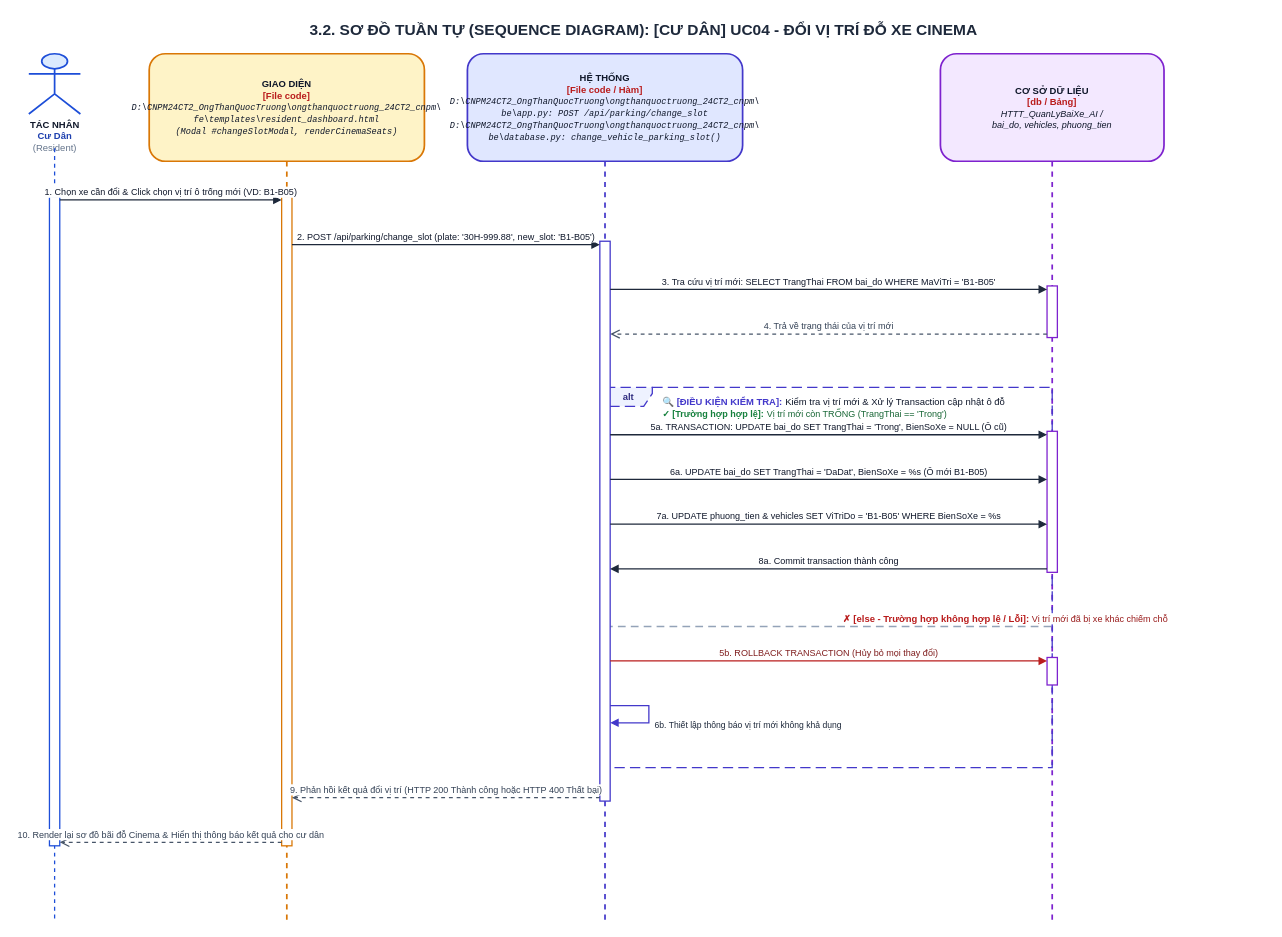
This is ongthanquoctruong_24CT2_cnpm/docs/drawio/uc04_resident_change_slot.drawio from Truong027/CNPM24, a draw.io file, before an edit. Source tidied: cells renumbered, new cells numbered last; positions are measured from the earlier drawing's top-left corner, leaving out a move shared by most shapes. Both pictures are drawn from the tidied source at 86%, with x=0, y=0 at pixel (20, 15).
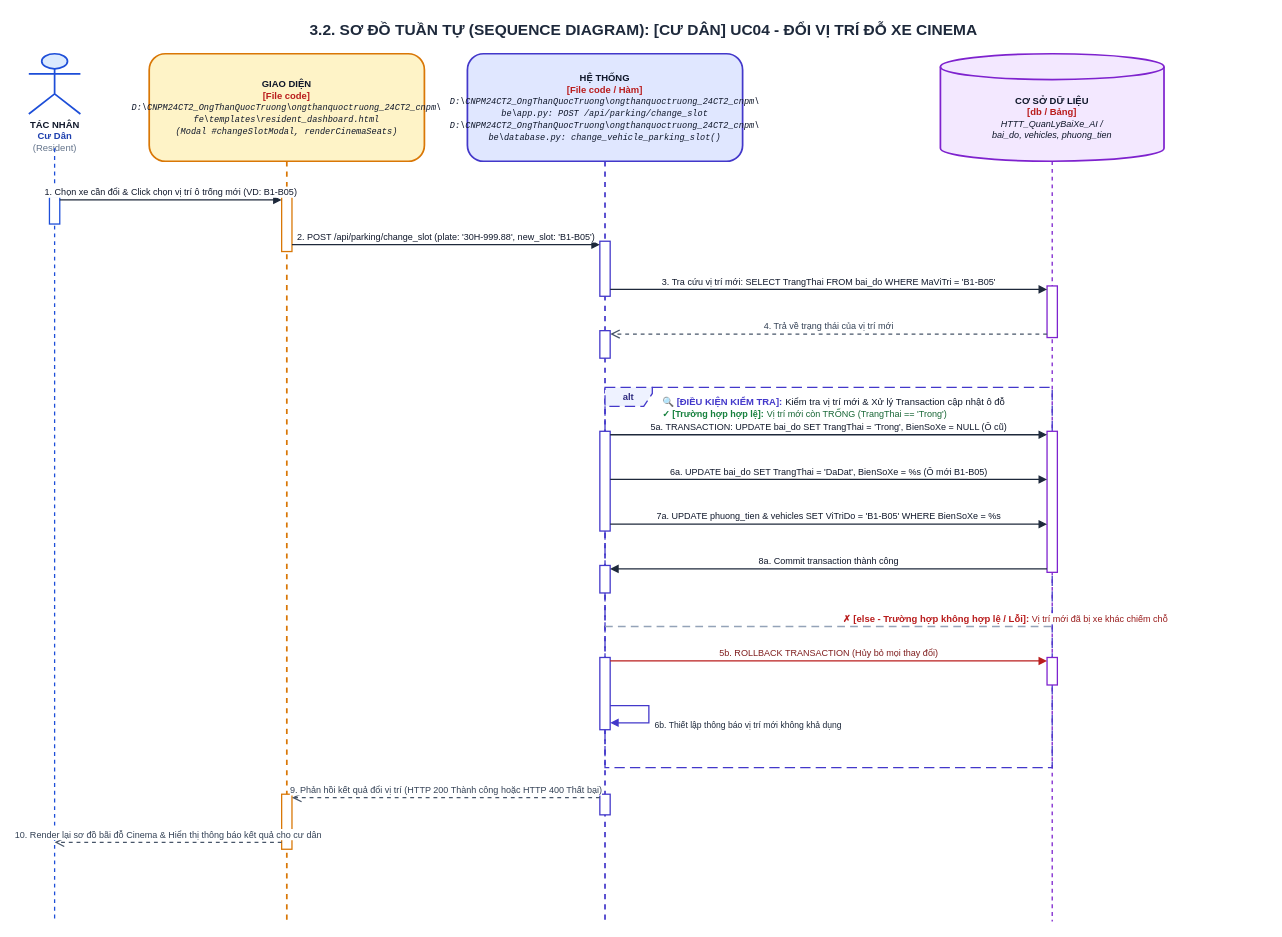
The same page after the edit.

Change to the diagram source:
```diff
@@
+    <mxCell id="29" value="&lt;b&gt;CƠ SỞ DỮ LIỆU&lt;/b&gt;&lt;br/&gt;&lt;font color='#B91C1C'&gt;&lt;b&gt;[db / Bảng]&lt;/b&gt;&lt;/font&gt;&lt;br/&gt;&lt;font style='font-size: 10.5px;'&gt;&lt;i&gt;HTTT_QuanLyBaiXe_AI /&lt;br/&gt;bai_do, vehicles, phuong_tien&lt;/i&gt;&lt;/font&gt;" style="shape=cylinder3;whiteSpace=wrap;html=1;boundedLbl=1;backgroundOutline=1;size=15;fillColor=#F3E8FF;strokeColor=#7E22CE;strokeWidth=2;fontColor=#0F172A;align=center;fontSize=11;" parent="1" vertex="1">
+      <mxGeometry x="1070" y="45" width="260" height="125" as="geometry" />
+    </mxCell>
-    <mxCell id="7" value="&lt;b&gt;CƠ SỞ DỮ LIỆU&lt;/b&gt;&lt;br/&gt;&lt;font color='#B91C1C'&gt;&lt;b&gt;[db / Bảng]&lt;/b&gt;&lt;/font&gt;&lt;br/&gt;&lt;font style='font-size: 10.5px;'&gt;&lt;i&gt;HTTT_QuanLyBaiXe_AI /&lt;br/&gt;bai_do, vehicles, phuong_tien&lt;/i&gt;&lt;/font&gt;" style="shape=umlLifeline;perimeter=lifelinePerimeter;whiteSpace=wrap;html=1;size=125;fillColor=#F3E8FF;strokeColor=#7E22CE;strokeWidth=2;fontColor=#0F172A;rounded=1;shadow=0;fontSize=11;align=center;" parent="1" vertex="1">
-      <mxGeometry x="1070" y="45" width="260" height="1009" as="geometry" />
+    <mxCell id="7" style="endArrow=none;dashed=1;html=1;strokeWidth=1.5;strokeColor=#7E22CE;" parent="1" edge="1">
+      <mxGeometry relative="1" as="geometry">
+        <mxPoint x="1200" y="170" as="sourcePoint" />
+        <mxPoint x="1200" y="1054" as="targetPoint" />
+      </mxGeometry>
     </mxCell>
@@
-    <mxCell id="11" style="html=1;perimeter=orthogonalPerimeter;targetShapes=umlLifeline;topToBottom=1;fillColor=#FFFFFF;strokeColor=#1D4ED8;strokeWidth=1.5;rounded=0;" parent="1" vertex="1">
-      <mxGeometry x="34" y="211" width="12" height="755" as="geometry" />
-    </mxCell>
-    <mxCell id="12" style="html=1;perimeter=orthogonalPerimeter;targetShapes=umlLifeline;topToBottom=1;fillColor=#FFFFFF;strokeColor=#D97706;strokeWidth=1.5;rounded=0;" parent="1" vertex="1">
-      <mxGeometry x="304" y="211" width="12" height="755" as="geometry" />
-    </mxCell>
-    <mxCell id="13" style="html=1;perimeter=orthogonalPerimeter;targetShapes=umlLifeline;topToBottom=1;fillColor=#FFFFFF;strokeColor=#4338CA;strokeWidth=1.5;rounded=0;" parent="1" vertex="1">
-      <mxGeometry x="674" y="263" width="12" height="651" as="geometry" />
-    </mxCell>
+    <mxCell id="30" style="html=1;perimeter=orthogonalPerimeter;targetShapes=umlLifeline;topToBottom=1;fillColor=#FFFFFF;strokeColor=#1D4ED8;strokeWidth=1.5;rounded=0;" parent="1" vertex="1">
+      <mxGeometry x="34" y="211" width="12" height="32" as="geometry" />
+    </mxCell>
+    <mxCell id="31" style="html=1;perimeter=orthogonalPerimeter;targetShapes=umlLifeline;topToBottom=1;fillColor=#FFFFFF;strokeColor=#D97706;strokeWidth=1.5;rounded=0;" parent="1" vertex="1">
+      <mxGeometry x="304" y="211" width="12" height="64" as="geometry" />
+    </mxCell>
+    <mxCell id="32" style="html=1;perimeter=orthogonalPerimeter;targetShapes=umlLifeline;topToBottom=1;fillColor=#FFFFFF;strokeColor=#D97706;strokeWidth=1.5;rounded=0;" parent="1" vertex="1">
+      <mxGeometry x="304" y="906" width="12" height="64" as="geometry" />
+    </mxCell>
+    <mxCell id="33" style="html=1;perimeter=orthogonalPerimeter;targetShapes=umlLifeline;topToBottom=1;fillColor=#FFFFFF;strokeColor=#4338CA;strokeWidth=1.5;rounded=0;" parent="1" vertex="1">
+      <mxGeometry x="674" y="263" width="12" height="64" as="geometry" />
+    </mxCell>
+    <mxCell id="34" style="html=1;perimeter=orthogonalPerimeter;targetShapes=umlLifeline;topToBottom=1;fillColor=#FFFFFF;strokeColor=#4338CA;strokeWidth=1.5;rounded=0;" parent="1" vertex="1">
+      <mxGeometry x="674" y="367" width="12" height="32" as="geometry" />
+    </mxCell>
+    <mxCell id="35" style="html=1;perimeter=orthogonalPerimeter;targetShapes=umlLifeline;topToBottom=1;fillColor=#FFFFFF;strokeColor=#4338CA;strokeWidth=1.5;rounded=0;" parent="1" vertex="1">
+      <mxGeometry x="674" y="484" width="12" height="116" as="geometry" />
+    </mxCell>
+    <mxCell id="36" style="html=1;perimeter=orthogonalPerimeter;targetShapes=umlLifeline;topToBottom=1;fillColor=#FFFFFF;strokeColor=#4338CA;strokeWidth=1.5;rounded=0;" parent="1" vertex="1">
+      <mxGeometry x="674" y="640" width="12" height="32" as="geometry" />
+    </mxCell>
+    <mxCell id="37" style="html=1;perimeter=orthogonalPerimeter;targetShapes=umlLifeline;topToBottom=1;fillColor=#FFFFFF;strokeColor=#4338CA;strokeWidth=1.5;rounded=0;" parent="1" vertex="1">
+      <mxGeometry x="674" y="747" width="12" height="84" as="geometry" />
+    </mxCell>
+    <mxCell id="38" style="html=1;perimeter=orthogonalPerimeter;targetShapes=umlLifeline;topToBottom=1;fillColor=#FFFFFF;strokeColor=#4338CA;strokeWidth=1.5;rounded=0;" parent="1" vertex="1">
+      <mxGeometry x="674" y="906" width="12" height="24" as="geometry" />
+    </mxCell>
@@
     <mxCell id="28" value="10. Render lại sơ đồ bãi đỗ Cinema &amp; Hiển thị thông báo kết quả cho cư dân" style="html=1;verticalAlign=bottom;endArrow=open;dashed=1;endSize=8;rounded=0;strokeColor=#475569;strokeWidth=1.5;fontColor=#334155;fontSize=10.5;" parent="1" edge="1">
       <mxGeometry relative="1" as="geometry">
         <mxPoint x="304" y="962" as="sourcePoint" />
-        <mxPoint x="46" y="962" as="targetPoint" />
+        <mxPoint x="40" y="962" as="targetPoint" />
       </mxGeometry>
     </mxCell>
```
